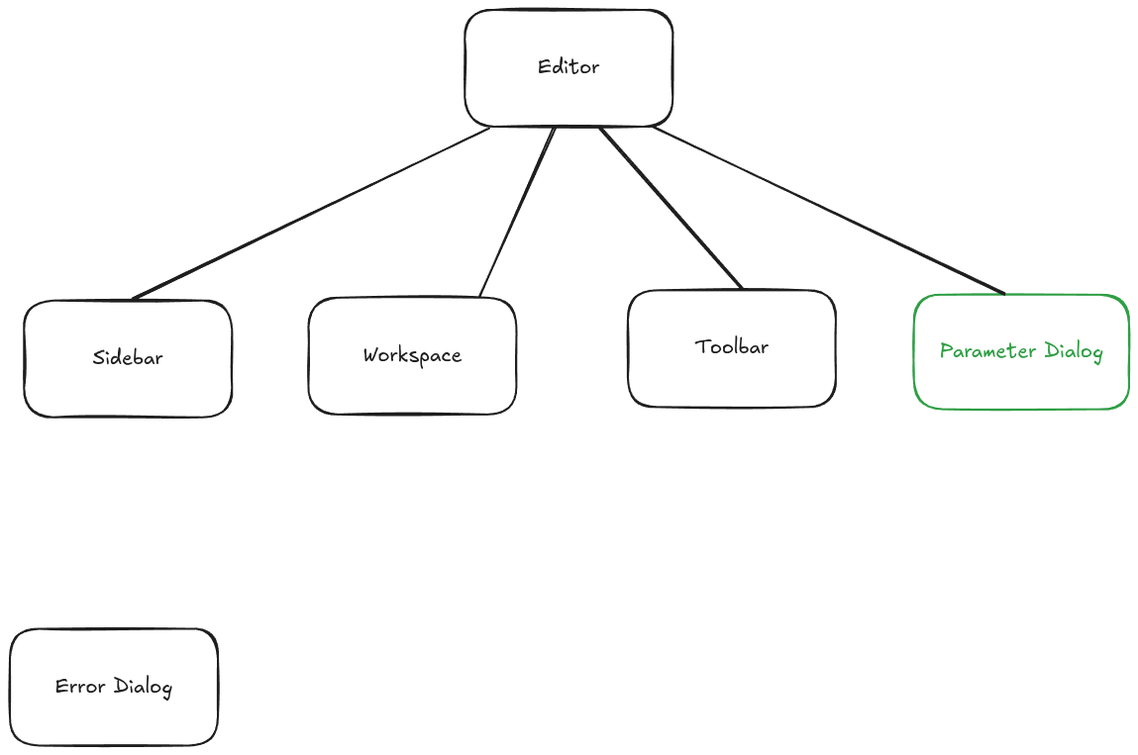
The Excalidraw diagram beetry-editor-frontend/docs/component_tree.excalidraw.png in skullim/beetry, before a commit. Source tidied: one line per element, renumbered; positions are measured from the earlier drawing's top-left corner, leaving out a move shared by most shapes.
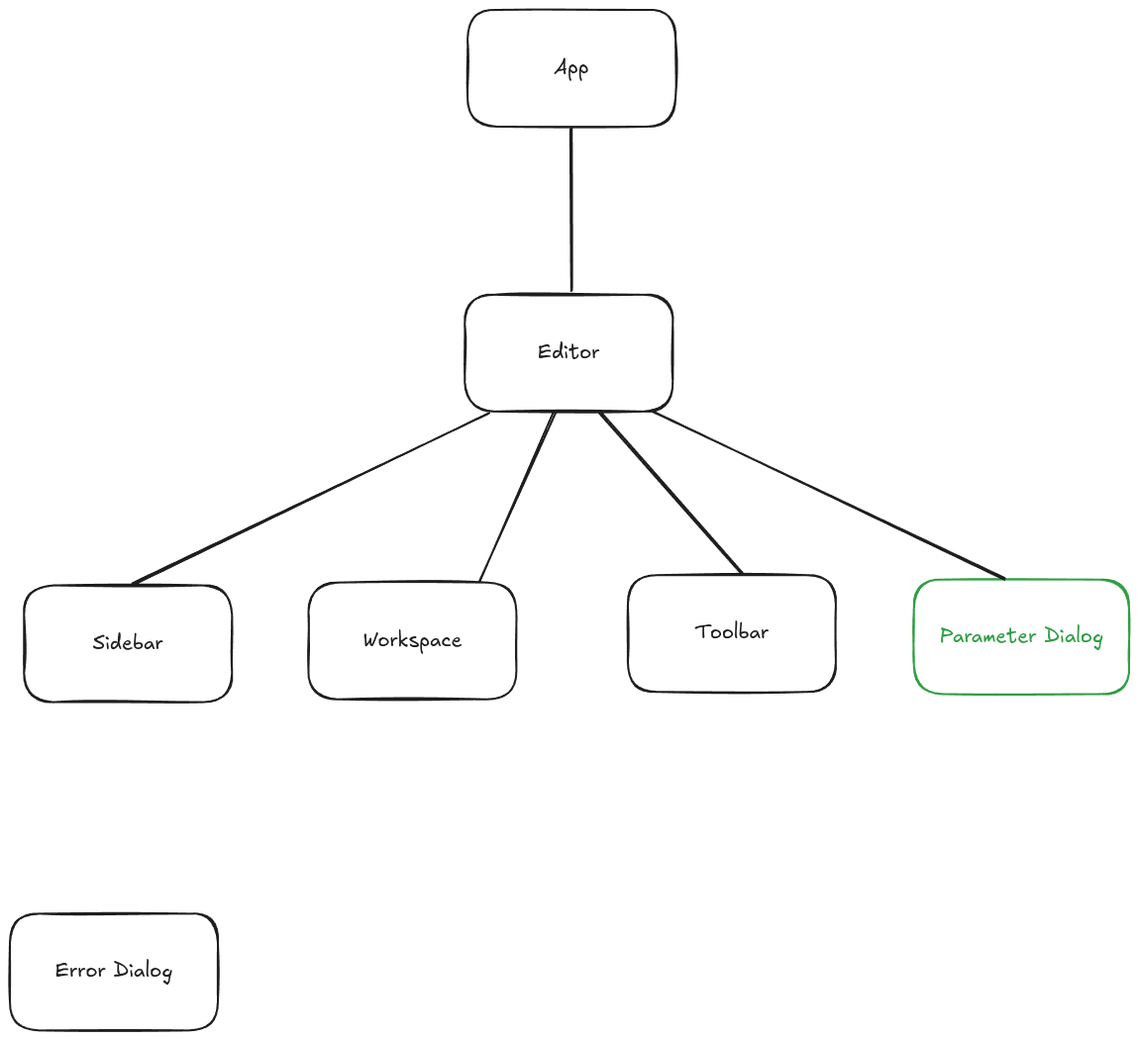
Above is the later version.

What changed in the source:
```diff
@@ -14,3 +14,6 @@
 {"id": 13, "type": "arrow", "strokeColor": "#1e1e1e", "strokeWidth": 2, "roughness": 1, "round": true, "from": 0, "to": 10, "x": 648, "y": 118, "width": 356, "height": 168, "points": [[0, 0], [356, 168]]}
 {"id": 14, "type": "arrow", "strokeColor": "#1e1e1e", "strokeWidth": 2, "roughness": 1, "round": true, "from": 0, "to": 4, "x": 483, "y": 119, "width": 360, "height": 174, "points": [[0, 0], [-360, 174]]}
 {"id": 15, "type": "arrow", "strokeColor": "#1e1e1e", "strokeWidth": 2, "roughness": 1, "round": true, "from": 0, "to": 8, "x": 595, "y": 119, "width": 145, "height": 163, "points": [[0, 0], [145, 163]]}
+{"id": 16, "type": "rectangle", "strokeColor": "#1e1e1e", "strokeWidth": 2, "roughness": 1, "round": true, "x": 462, "y": -288, "width": 210, "height": 118}
+{"id": 17, "type": "text", "text": "App", "strokeColor": "#1e1e1e", "strokeWidth": 2, "roughness": 1, "fontSize": 20, "fontFamily": 5, "textAlign": "center", "verticalAlign": "middle", "inside": 16, "x": 550, "y": -241, "width": 35, "height": 25}
+{"id": 18, "type": "arrow", "strokeColor": "#1e1e1e", "strokeWidth": 2, "roughness": 1, "round": true, "from": 16, "to": 0, "x": 567, "y": -169, "width": 0, "height": 165, "points": [[0, 0], [0, 165]]}
```
